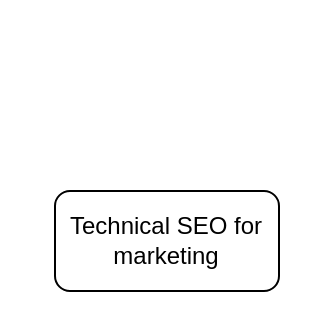
ahle/ahle.github.io keeps this draw.io diagram as books/books.drawio. Above is the earlier version. Source tidied: cells renumbered, new cells numbered last; positions are measured from the earlier drawing's top-left corner, leaving out a move shared by most shapes. Both pictures are drawn from the tidied source at 200%, with x=0, y=0 at pixel (54, 190).
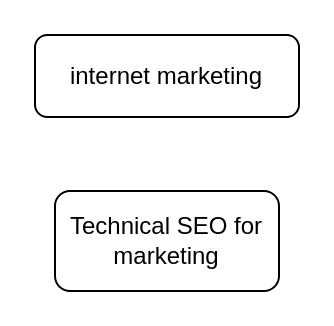
The same diagram, later.

Diff of the diagram source:
```diff
@@
 <mxGraphModel>
   <root>
     <mxCell id="0" />
     <mxCell id="1" parent="0" />
     <mxCell id="2" value="Technical SEO for marketing" style="rounded=1;whiteSpace=wrap;html=1;" parent="1" vertex="1">
       <mxGeometry width="112" height="50" as="geometry" />
     </mxCell>
+    <mxCell id="3" value="internet marketing" style="rounded=1;whiteSpace=wrap;html=1;" parent="1" vertex="1">
+      <mxGeometry x="-10" y="-78" width="132" height="41" as="geometry" />
+    </mxCell>
   </root>
 </mxGraphModel>
```
